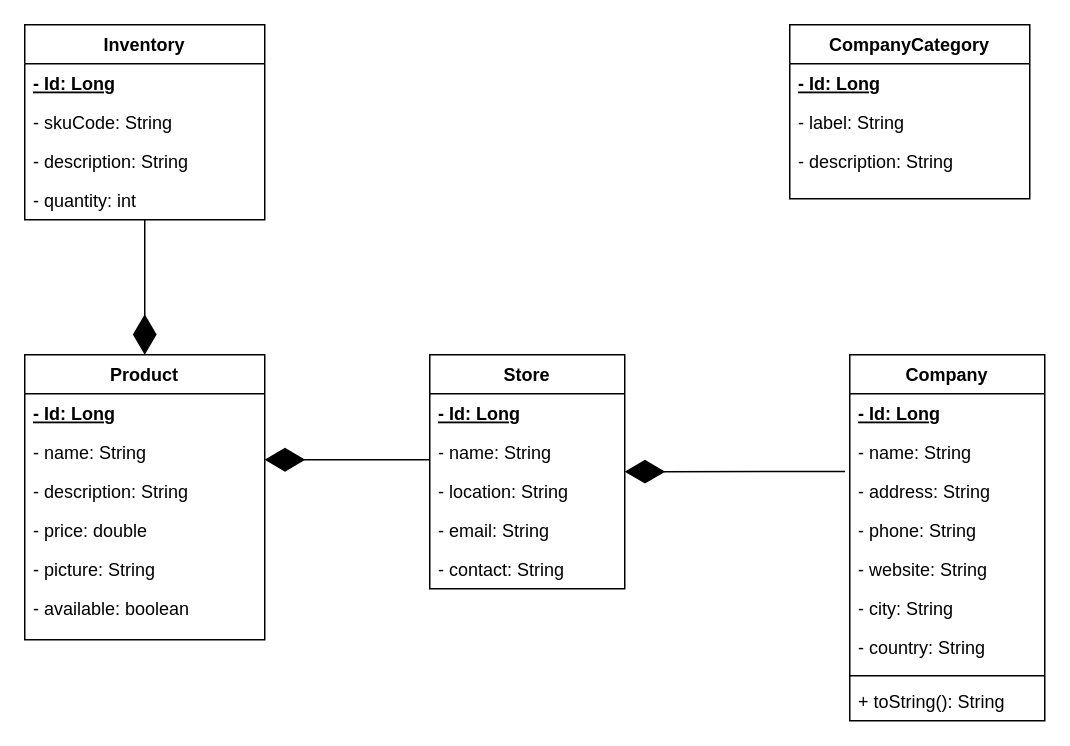
amine-elarass49/angular_doc keeps this draw.io diagram as circuit_store.drawio. Above is the earlier version. Source tidied: cells renumbered, new cells numbered last; positions are measured from the earlier drawing's top-left corner, leaving out a move shared by most shapes. Both pictures are drawn from the tidied source at 150%, with x=0, y=0 at pixel (24, 24).
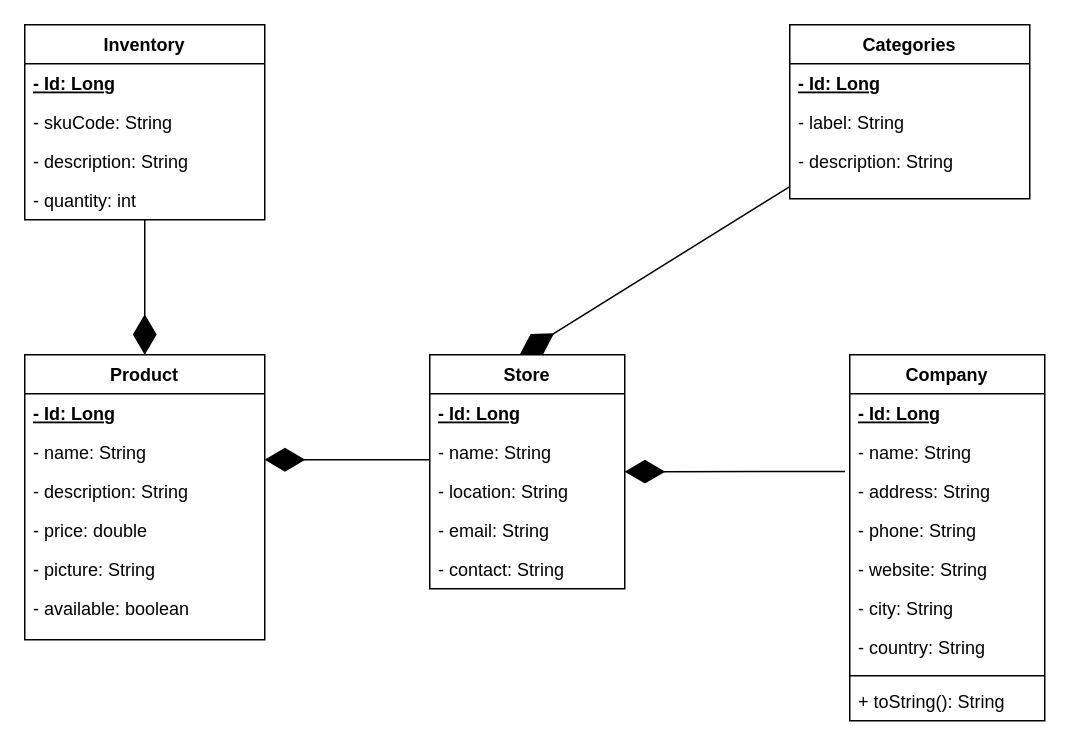
After the change.

Diff of the diagram source:
```diff
@@
-    <mxCell id="33" value="CompanyCategory&#10;" style="swimlane;fontStyle=1;align=center;verticalAlign=top;horizontal=1;startSize=26;rounded=0;shadow=0;strokeWidth=1;" parent="1" vertex="1">
+    <mxCell id="33" value="Categories&#10;" style="swimlane;fontStyle=1;align=center;verticalAlign=top;horizontal=1;startSize=26;rounded=0;shadow=0;strokeWidth=1;" parent="1" vertex="1">
       <mxGeometry x="510" width="160" height="116" as="geometry" />
     </mxCell>
@@
+    <mxCell id="37" style="endArrow=diamondThin;endFill=1;endSize=24;html=1;rounded=0;" parent="1" edge="1" source="33">
+      <mxGeometry relative="1" as="geometry">
+        <mxPoint x="330" y="220" as="targetPoint" />
+      </mxGeometry>
+    </mxCell>
```
